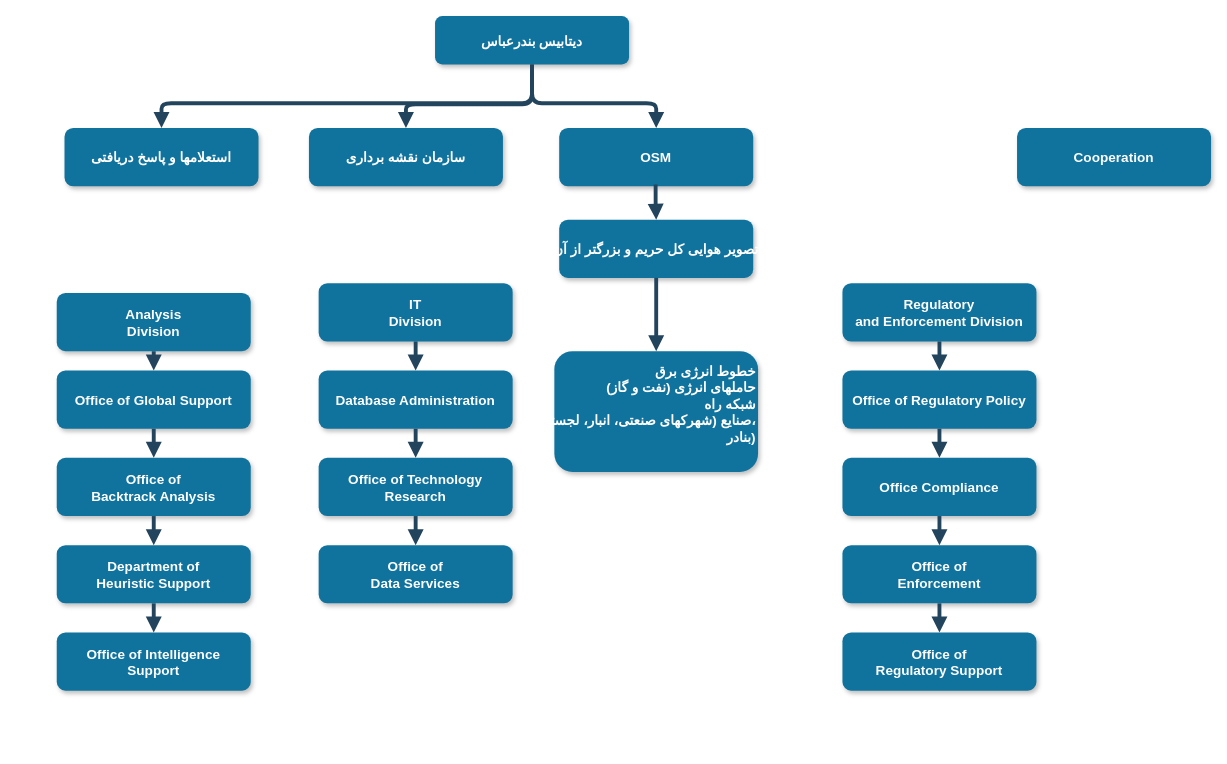
FarnazJamali/Self-Study keeps this draw.io diagram as Untitled Diagram.drawio. Above is the earlier version. Source tidied: cells renumbered, new cells numbered last; positions are measured from the earlier drawing's top-left corner, leaving out a move shared by most shapes. Both pictures are drawn from the tidied source at 97%, with x=0, y=0 at pixel (56, 16).
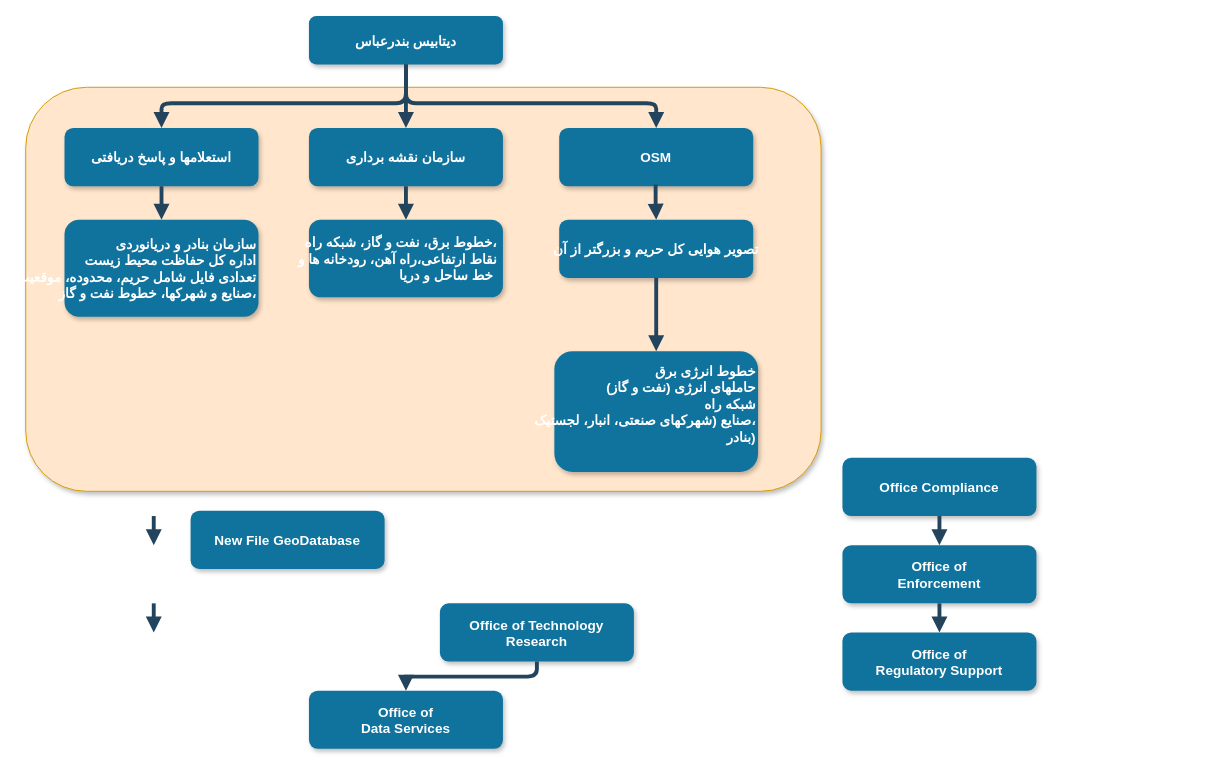
The same page after the edit.

Commit message:
all data gathered

Unchanged cells that the change refers to:
```xml
<mxCell id="3" value="سازمان نقشه برداری" style="rounded=1;fillColor=#10739E;strokeColor=none;shadow=1;gradientColor=none;fontStyle=1;fontColor=#FFFFFF;fontSize=14;" parent="1" vertex="1">
  <mxGeometry x="260" y="115.5" width="200" height="60" as="geometry" />
</mxCell>
<mxCell id="4" value="OSM" style="rounded=1;fillColor=#10739E;strokeColor=none;shadow=1;gradientColor=none;fontStyle=1;fontColor=#FFFFFF;fontSize=14;" parent="1" vertex="1">
  <mxGeometry x="518" y="115.5" width="200" height="60" as="geometry" />
</mxCell>
<mxCell id="19" value="Office Compliance" style="rounded=1;fillColor=#10739E;strokeColor=none;shadow=1;gradientColor=none;fontStyle=1;fontColor=#FFFFFF;fontSize=14;" parent="1" vertex="1">
  <mxGeometry x="810" y="455.5" width="200" height="60" as="geometry" />
</mxCell>
<mxCell id="37" value="استعلامها و پاسخ دریافتی" style="rounded=1;fillColor=#10739E;strokeColor=none;shadow=1;gradientColor=none;fontStyle=1;fontColor=#FFFFFF;fontSize=14;" parent="1" vertex="1">
  <mxGeometry x="8" y="115.5" width="200" height="60" as="geometry" />
</mxCell>
```

The edit, as a diff of the source:
```diff
@@
+    <mxCell id="18" style="rounded=1;fillColor=#ffe6cc;strokeColor=#d79b00;shadow=1;fontStyle=1;fontSize=14;" parent="1" vertex="1">
+      <mxGeometry x="-32" y="73.5" width="820" height="416.5" as="geometry" />
+    </mxCell>
     <mxCell id="2" value="دیتابیس بندرعباس" style="rounded=1;fillColor=#10739E;strokeColor=none;shadow=1;gradientColor=none;fontStyle=1;fontColor=#FFFFFF;fontSize=14;fontFamily=Garamond;" parent="1" vertex="1">
-      <mxGeometry x="390" width="200" height="50" as="geometry" />
+      <mxGeometry x="260" width="200" height="50" as="geometry" />
     </mxCell>
@@
-    <mxCell id="5" value="Cooperation" style="rounded=1;fillColor=#10739E;strokeColor=none;shadow=1;gradientColor=none;fontStyle=1;fontColor=#FFFFFF;fontSize=14;" parent="1" vertex="1">
-      <mxGeometry x="990" y="115.5" width="200" height="60" as="geometry" />
-    </mxCell>
-    <mxCell id="6" value="Analysis &#10;Division" style="rounded=1;fillColor=#10739E;strokeColor=none;shadow=1;gradientColor=none;fontStyle=1;fontColor=#FFFFFF;fontSize=14;" parent="1" vertex="1">
-      <mxGeometry y="285.5" width="200" height="60" as="geometry" />
+    <mxCell id="6" value="سازمان بنادر و دریانوردی&#10;اداره کل حفاظت محیط زیست&#10;تعدادی فایل شامل حریم، محدوده، موقعیت &#10;صنایع و شهرکها، خطوط نفت و گاز،" style="rounded=1;fillColor=#10739E;strokeColor=none;shadow=1;gradientColor=none;fontStyle=1;fontColor=#FFFFFF;fontSize=14;align=right;" parent="1" vertex="1">
+      <mxGeometry x="8" y="210" width="200" height="100" as="geometry" />
     </mxCell>
-    <mxCell id="7" value="Office of Global Support" style="rounded=1;fillColor=#10739E;strokeColor=none;shadow=1;gradientColor=none;fontStyle=1;fontColor=#FFFFFF;fontSize=14;" parent="1" vertex="1">
-      <mxGeometry y="365.5" width="200" height="60" as="geometry" />
-    </mxCell>
-    <mxCell id="8" value="Office of &#10;Backtrack Analysis" style="rounded=1;fillColor=#10739E;strokeColor=none;shadow=1;gradientColor=none;fontStyle=1;fontColor=#FFFFFF;fontSize=14;" parent="1" vertex="1">
-      <mxGeometry y="455.5" width="200" height="60" as="geometry" />
-    </mxCell>
-    <mxCell id="9" value="Department of &#10;Heuristic Support" style="rounded=1;fillColor=#10739E;strokeColor=none;shadow=1;gradientColor=none;fontStyle=1;fontColor=#FFFFFF;fontSize=14;" parent="1" vertex="1">
-      <mxGeometry y="545.5" width="200" height="60" as="geometry" />
-    </mxCell>
-    <mxCell id="10" value="Office of Intelligence &#10;Support" style="rounded=1;fillColor=#10739E;strokeColor=none;shadow=1;gradientColor=none;fontStyle=1;fontColor=#FFFFFF;fontSize=14;" parent="1" vertex="1">
-      <mxGeometry y="635.5" width="200" height="60" as="geometry" />
-    </mxCell>
-    <mxCell id="11" value="IT&#10;Division" style="rounded=1;fillColor=#10739E;strokeColor=none;shadow=1;gradientColor=none;fontStyle=1;fontColor=#FFFFFF;fontSize=14;" parent="1" vertex="1">
-      <mxGeometry x="270" y="275.5" width="200" height="60" as="geometry" />
+    <mxCell id="11" value="خطوط برق، نفت و گاز، شبکه راه، &#10;نقاط ارتفاعی،راه آهن، رودخانه ها و &#10;خط ساحل و دریا  " style="rounded=1;fillColor=#10739E;strokeColor=none;shadow=1;gradientColor=none;fontStyle=1;fontColor=#FFFFFF;fontSize=14;align=right;" parent="1" vertex="1">
+      <mxGeometry x="260" y="210" width="200" height="80" as="geometry" />
     </mxCell>
-    <mxCell id="12" value="Database Administration" style="rounded=1;fillColor=#10739E;strokeColor=none;shadow=1;gradientColor=none;fontStyle=1;fontColor=#FFFFFF;fontSize=14;" parent="1" vertex="1">
-      <mxGeometry x="270" y="365.5" width="200" height="60" as="geometry" />
+    <mxCell id="12" value="New File GeoDatabase" style="rounded=1;fillColor=#10739E;strokeColor=none;shadow=1;gradientColor=none;fontStyle=1;fontColor=#FFFFFF;fontSize=14;" parent="1" vertex="1">
+      <mxGeometry x="138" y="510" width="200" height="60" as="geometry" />
     </mxCell>
     <mxCell id="13" value="Office of Technology &#10;Research" style="rounded=1;fillColor=#10739E;strokeColor=none;shadow=1;gradientColor=none;fontStyle=1;fontColor=#FFFFFF;fontSize=14;" parent="1" vertex="1">
-      <mxGeometry x="270" y="455.5" width="200" height="60" as="geometry" />
+      <mxGeometry x="395" y="605.5" width="200" height="60" as="geometry" />
     </mxCell>
     <mxCell id="14" value="Office of&#10;Data Services" style="rounded=1;fillColor=#10739E;strokeColor=none;shadow=1;gradientColor=none;fontStyle=1;fontColor=#FFFFFF;fontSize=14;" parent="1" vertex="1">
-      <mxGeometry x="270" y="545.5" width="200" height="60" as="geometry" />
+      <mxGeometry x="260" y="695.5" width="200" height="60" as="geometry" />
     </mxCell>
@@
-    <mxCell id="17" value="Regulatory &#10;and Enforcement Division" style="rounded=1;fillColor=#10739E;strokeColor=none;shadow=1;gradientColor=none;fontStyle=1;fontColor=#FFFFFF;fontSize=14;" parent="1" vertex="1">
-      <mxGeometry x="810" y="275.5" width="200" height="60" as="geometry" />
-    </mxCell>
-    <mxCell id="18" value="Office of Regulatory Policy" style="rounded=1;fillColor=#10739E;strokeColor=none;shadow=1;gradientColor=none;fontStyle=1;fontColor=#FFFFFF;fontSize=14;" parent="1" vertex="1">
-      <mxGeometry x="810" y="365.5" width="200" height="60" as="geometry" />
-    </mxCell>
@@
-    <mxCell id="22" style="edgeStyle=elbowEdgeStyle;elbow=vertical;strokeWidth=4;endArrow=block;endFill=1;fontStyle=1;strokeColor=#23445D;" parent="1" edge="1" target="3">
-      <mxGeometry x="22" y="165.5" as="geometry">
-        <mxPoint x="490" y="65.5" as="sourcePoint" />
-      </mxGeometry>
+    <mxCell id="22" style="edgeStyle=elbowEdgeStyle;elbow=vertical;strokeWidth=4;endArrow=block;endFill=1;fontStyle=1;strokeColor=#23445D;exitX=0.5;exitY=1;exitDx=0;exitDy=0;" parent="1" edge="1" source="2" target="3">
+      <mxGeometry x="22" y="165.5" as="geometry" />
     </mxCell>
-    <mxCell id="23" style="edgeStyle=elbowEdgeStyle;elbow=vertical;strokeWidth=4;endArrow=block;endFill=1;fontStyle=1;strokeColor=#23445D;" parent="1" edge="1" source="6" target="7">
-      <mxGeometry x="62" y="165.5" as="geometry" />
-    </mxCell>
-    <mxCell id="24" style="edgeStyle=elbowEdgeStyle;elbow=vertical;strokeWidth=4;endArrow=block;endFill=1;fontStyle=1;strokeColor=#23445D;" parent="1" edge="1" source="7" target="8">
+    <mxCell id="24" style="edgeStyle=elbowEdgeStyle;elbow=vertical;strokeWidth=4;endArrow=block;endFill=1;fontStyle=1;strokeColor=#23445D;entryX=0.5;entryY=0;entryDx=0;entryDy=0;exitX=0.5;exitY=1;exitDx=0;exitDy=0;" parent="1" edge="1" source="3" target="11">
       <mxGeometry x="62" y="175.5" as="geometry" />
     </mxCell>
-    <mxCell id="25" style="edgeStyle=elbowEdgeStyle;elbow=vertical;strokeWidth=4;endArrow=block;endFill=1;fontStyle=1;strokeColor=#23445D;" parent="1" edge="1" source="8" target="9">
-      <mxGeometry x="62" y="185.5" as="geometry" />
+    <mxCell id="25" style="edgeStyle=elbowEdgeStyle;elbow=vertical;strokeWidth=4;endArrow=block;endFill=1;fontStyle=1;strokeColor=#23445D;" parent="1" edge="1">
+      <mxGeometry x="62" y="185.5" as="geometry">
+        <mxPoint x="100" y="515.5" as="sourcePoint" />
+        <mxPoint x="100" y="545.5" as="targetPoint" />
+      </mxGeometry>
     </mxCell>
-    <mxCell id="26" style="edgeStyle=elbowEdgeStyle;elbow=vertical;strokeWidth=4;endArrow=block;endFill=1;fontStyle=1;strokeColor=#23445D;" parent="1" edge="1" source="9" target="10">
-      <mxGeometry x="62" y="195.5" as="geometry" />
+    <mxCell id="26" style="edgeStyle=elbowEdgeStyle;elbow=vertical;strokeWidth=4;endArrow=block;endFill=1;fontStyle=1;strokeColor=#23445D;" parent="1" edge="1">
+      <mxGeometry x="62" y="195.5" as="geometry">
+        <mxPoint x="100" y="605.5" as="sourcePoint" />
+        <mxPoint x="100" y="635.5" as="targetPoint" />
+      </mxGeometry>
     </mxCell>
-    <mxCell id="27" style="edgeStyle=elbowEdgeStyle;elbow=vertical;strokeWidth=4;endArrow=block;endFill=1;fontStyle=1;strokeColor=#23445D;" parent="1" edge="1" source="11" target="12">
-      <mxGeometry x="62" y="165.5" as="geometry" />
-    </mxCell>
-    <mxCell id="28" style="edgeStyle=elbowEdgeStyle;elbow=vertical;strokeWidth=4;endArrow=block;endFill=1;fontStyle=1;strokeColor=#23445D;" parent="1" edge="1" source="12" target="13">
-      <mxGeometry x="62" y="175.5" as="geometry" />
-    </mxCell>
@@
-    <mxCell id="31" style="edgeStyle=elbowEdgeStyle;elbow=vertical;strokeWidth=4;endArrow=block;endFill=1;fontStyle=1;strokeColor=#23445D;" parent="1" edge="1" source="17" target="18">
-      <mxGeometry x="72" y="165.5" as="geometry" />
-    </mxCell>
-    <mxCell id="32" style="edgeStyle=elbowEdgeStyle;elbow=vertical;strokeWidth=4;endArrow=block;endFill=1;fontStyle=1;strokeColor=#23445D;" parent="1" edge="1" source="18" target="19">
-      <mxGeometry x="72" y="175.5" as="geometry" />
-    </mxCell>
@@
     <mxCell id="35" style="edgeStyle=orthogonalEdgeStyle;elbow=vertical;strokeWidth=4;endArrow=block;endFill=1;fontStyle=1;strokeColor=#23445D;exitX=0.5;exitY=1;exitDx=0;exitDy=0;" parent="1" edge="1" source="2" target="4">
       <mxGeometry x="22" y="165.5" as="geometry">
         <Array as="points">
-          <mxPoint x="490" y="90" />
+          <mxPoint x="360" y="90" />
           <mxPoint x="618" y="90" />
         </Array>
       </mxGeometry>
     </mxCell>
@@
+    <mxCell id="39" style="edgeStyle=elbowEdgeStyle;elbow=vertical;strokeWidth=4;endArrow=block;endFill=1;fontStyle=1;strokeColor=#23445D;exitX=0.5;exitY=1;exitDx=0;exitDy=0;entryX=0.5;entryY=0;entryDx=0;entryDy=0;" parent="1" edge="1" source="37" target="6">
+      <mxGeometry x="62" y="165.5" as="geometry" />
+    </mxCell>
```
